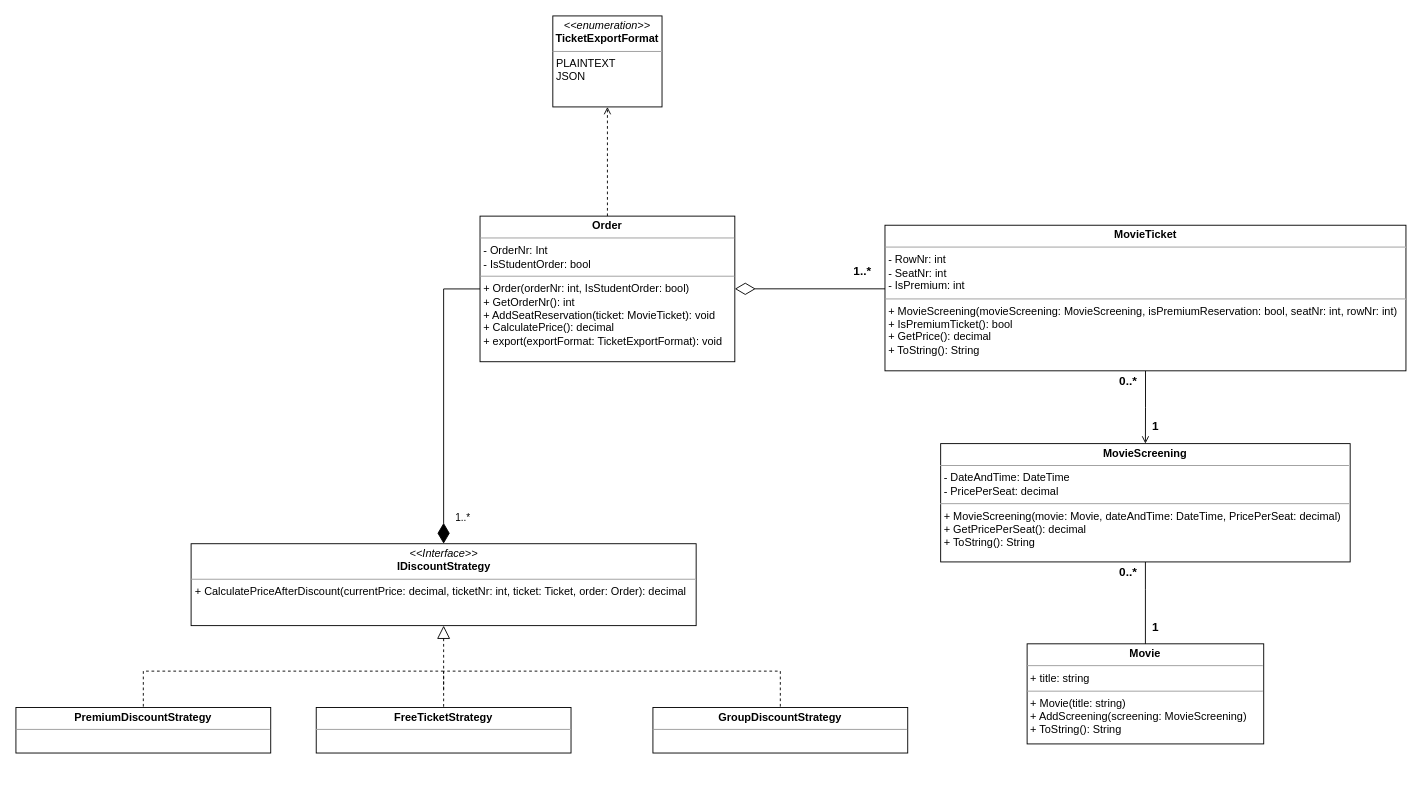
Earlier version of the draw.io diagram SOA3Bioscoop.Docs/UML-ontwerp-strategy-pattern.drawio (B1naryB0ys/SOA3_Bioscoop). Source tidied: cells renumbered, new cells numbered last; positions are measured from the earlier drawing's top-left corner, leaving out a move shared by most shapes. Both pictures are drawn from the tidied source at 91%, with x=0, y=0 at pixel (15, 15).
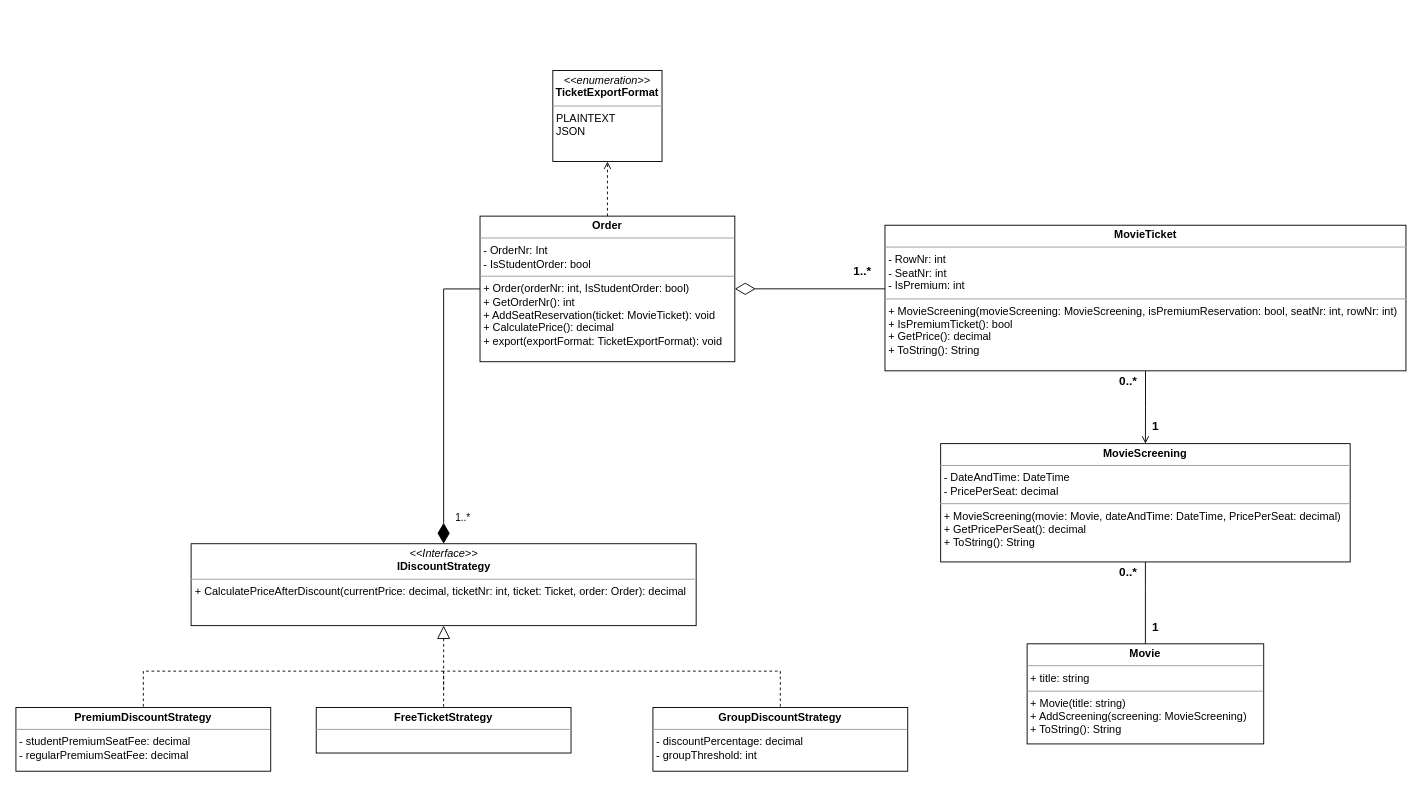
The same diagram, later.

Commit message (it also covers changes not shown here):
updated strategy pattern diagram

The edit, as a diff of the source:
```diff
@@
     <mxCell id="17" value="&lt;p style=&quot;margin:0px;margin-top:4px;text-align:center;&quot;&gt;&lt;i&gt;&amp;lt;&amp;lt;enumeration&amp;gt;&amp;gt;&lt;/i&gt;&lt;br&gt;&lt;b&gt;TicketExportFormat&lt;/b&gt;&lt;/p&gt;&lt;hr size=&quot;1&quot;&gt;&lt;p style=&quot;margin:0px;margin-left:4px;&quot;&gt;PLAINTEXT&lt;br&gt;JSON&lt;/p&gt;" style="verticalAlign=top;align=left;overflow=fill;fontSize=12;fontFamily=Helvetica;html=1;whiteSpace=wrap;" parent="1" vertex="1">
-      <mxGeometry x="590" width="120" height="100" as="geometry" />
+      <mxGeometry x="590" y="60" width="120" height="100" as="geometry" />
     </mxCell>
@@
-    <mxCell id="22" value="&lt;p style=&quot;margin:0px;margin-top:4px;text-align:center;&quot;&gt;&lt;b&gt;GroupDiscountStrategy&lt;/b&gt;&lt;/p&gt;&lt;hr size=&quot;1&quot;&gt;&lt;p style=&quot;margin:0px;margin-left:4px;&quot;&gt;&lt;br&gt;&lt;/p&gt;" style="verticalAlign=top;align=left;overflow=fill;fontSize=12;fontFamily=Helvetica;html=1;whiteSpace=wrap;" parent="1" vertex="1">
-      <mxGeometry x="700" y="760" width="280" height="50" as="geometry" />
+    <mxCell id="22" value="&lt;p style=&quot;margin:0px;margin-top:4px;text-align:center;&quot;&gt;&lt;b&gt;GroupDiscountStrategy&lt;/b&gt;&lt;/p&gt;&lt;hr size=&quot;1&quot;&gt;&lt;p style=&quot;margin:0px;margin-left:4px;&quot;&gt;- discountPercentage: decimal&lt;br&gt;- groupThreshold: int&lt;/p&gt;" style="verticalAlign=top;align=left;overflow=fill;fontSize=12;fontFamily=Helvetica;html=1;whiteSpace=wrap;" parent="1" vertex="1">
+      <mxGeometry x="700" y="760" width="280" height="70" as="geometry" />
     </mxCell>
-    <mxCell id="23" value="&lt;p style=&quot;margin:0px;margin-top:4px;text-align:center;&quot;&gt;&lt;b&gt;PremiumDiscountStrategy&lt;/b&gt;&lt;/p&gt;&lt;hr size=&quot;1&quot;&gt;&lt;p style=&quot;margin:0px;margin-left:4px;&quot;&gt;&lt;br&gt;&lt;/p&gt;" style="verticalAlign=top;align=left;overflow=fill;fontSize=12;fontFamily=Helvetica;html=1;whiteSpace=wrap;" parent="1" vertex="1">
-      <mxGeometry y="760" width="280" height="50" as="geometry" />
+    <mxCell id="23" value="&lt;p style=&quot;margin:0px;margin-top:4px;text-align:center;&quot;&gt;&lt;b&gt;PremiumDiscountStrategy&lt;/b&gt;&lt;/p&gt;&lt;hr size=&quot;1&quot;&gt;&lt;p style=&quot;margin:0px;margin-left:4px;&quot;&gt;- studentPremiumSeatFee: decimal&lt;br&gt;- regularPremiumSeatFee: decimal&lt;/p&gt;" style="verticalAlign=top;align=left;overflow=fill;fontSize=12;fontFamily=Helvetica;html=1;whiteSpace=wrap;" parent="1" vertex="1">
+      <mxGeometry y="760" width="280" height="70" as="geometry" />
     </mxCell>
```
